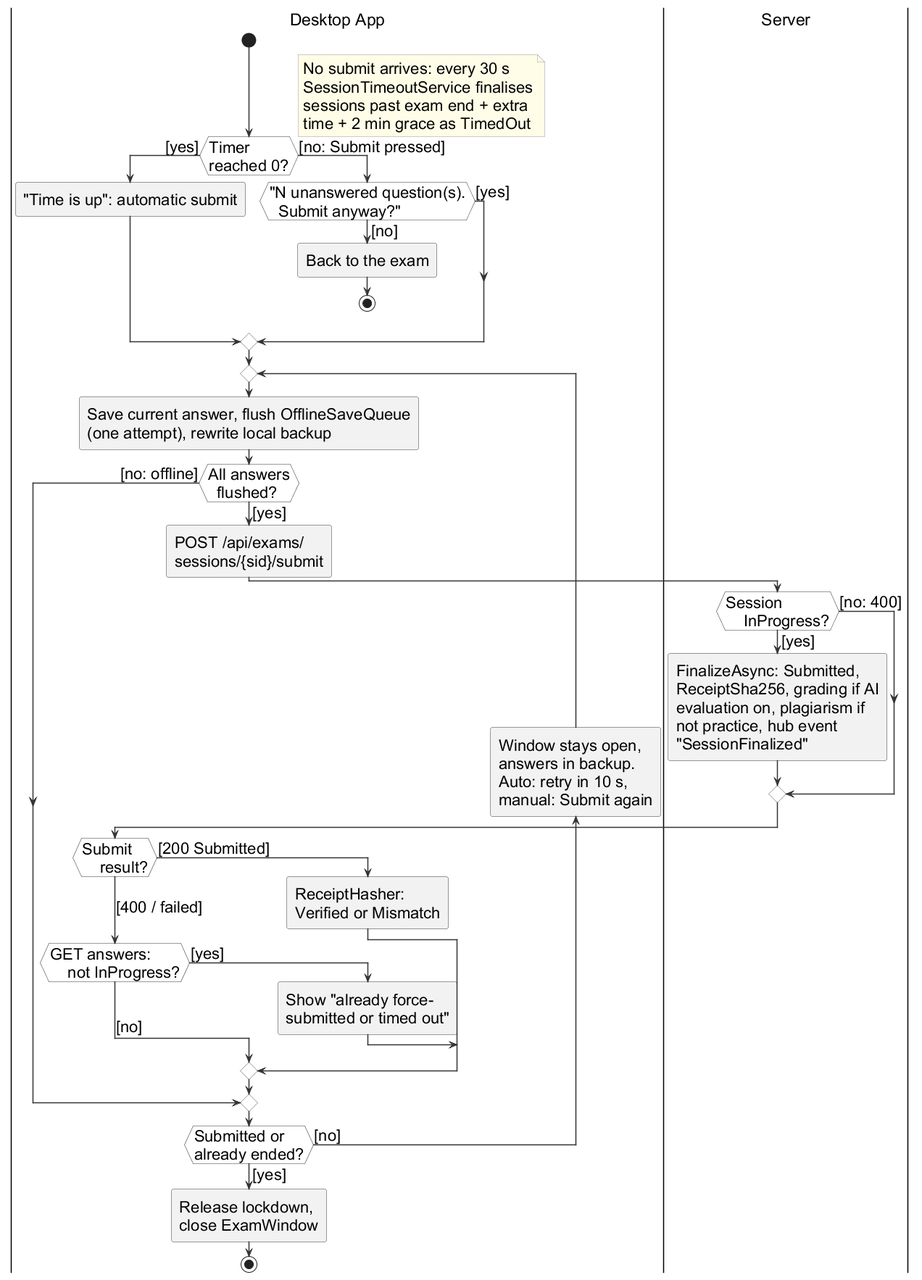
Haiderali27-hub/AI-Lab-Monitoring- keeps this PlantUML diagram as important docs/fyp_doc_3chatp/Figures/activity_submission.png. Above is the earlier version. Its source is kept beside it as important docs/fyp_doc_3chatp/Figures/src/activity_submission.puml.
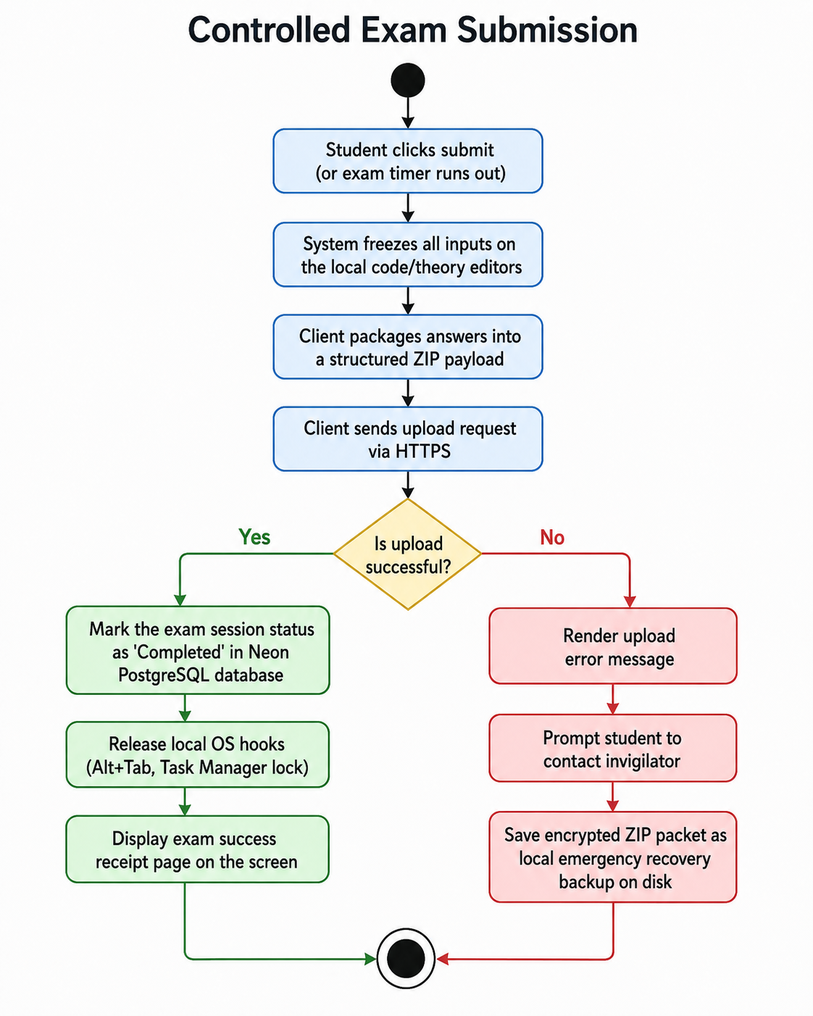
After the commit.

Diff of the diagram source:
```diff
@@ -14,56 +14,54 @@
 start
 if (Timer
 reached 0?) then ([yes])
-  :"Time is up": automatic submit;
+  :Automatic
+  submit;
 else ([no: Submit pressed])
-  if ("N unanswered question(s).
-  Submit anyway?") then ([no])
-    :Back to the exam;
+  if (Submit anyway
+  (N unanswered)?) then ([no])
+    :Back to
+    the exam;
     stop
   else ([yes])
   endif
 endif
 note right
-  No submit arrives: every 30 s
-  SessionTimeoutService finalises
-  sessions past exam end + extra
-  time + 2 min grace as TimedOut
+  No submit at all: the
+  server times the session
+  out after end + grace
 end note
 repeat
-  :Save current answer, flush OfflineSaveQueue
-  (one attempt), rewrite local backup;
-  if (All answers
-  flushed?) then ([no: offline])
+  :Send pending answers,
+  update local backup;
+  if (All
+  sent?) then ([no])
   else ([yes])
-    :POST /api/exams/\nsessions/{sid}/submit;
+    :Submit;
     |Server|
-    if (Session
-    InProgress?) then ([yes])
-      :FinalizeAsync: Submitted,
-      ReceiptSha256, grading if AI
-      evaluation on, plagiarism if
-      not practice, hub event
-      "SessionFinalized";
-    else ([no: 400])
+    if (Session in
+    progress?) then ([yes])
+      :Finalise: receipt,
+      grade if AI on,
+      plagiarism check
+      if not practice;
+    else ([no])
     endif
     |Desktop App|
-    if (Submit
-    result?) then ([200 Submitted])
-      :ReceiptHasher:
-      Verified or Mismatch;
-    ([400 / failed]) elseif (GET answers:
-    not InProgress?) then ([yes])
-      :Show "already force-
-      submitted or timed out";
+    if (Result?) then ([submitted])
+      :Verify
+      receipt;
+    ([failed]) elseif (Session
+    already ended?) then ([yes])
+      :Show "already
+      ended";
     else ([no])
     endif
   endif
-backward :Window stays open,
-answers in backup.
+backward :Keep window open.
 Auto: retry in 10 s,
 manual: Submit again;
 repeat while (Submitted or\nalready ended?) is ([no]) not ([yes])
 :Release lockdown,
-close ExamWindow;
+close window;
 stop
 @enduml
```
